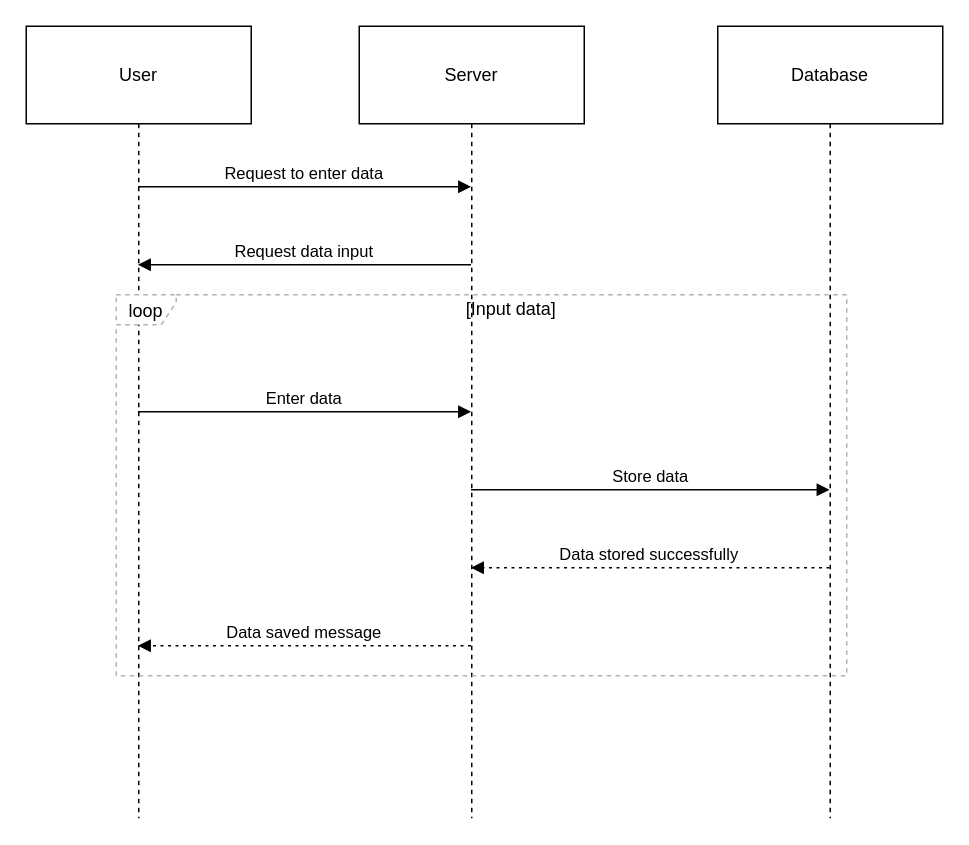
The draw.io diagram Sequencediagram.drawio in Harmonyy1/TDP003, before the edit. Source tidied: cells renumbered, new cells numbered last; positions are measured from the earlier drawing's top-left corner, leaving out a move shared by most shapes. Both pictures are drawn from the tidied source at 150%, with x=0, y=0 at pixel (26, 26).
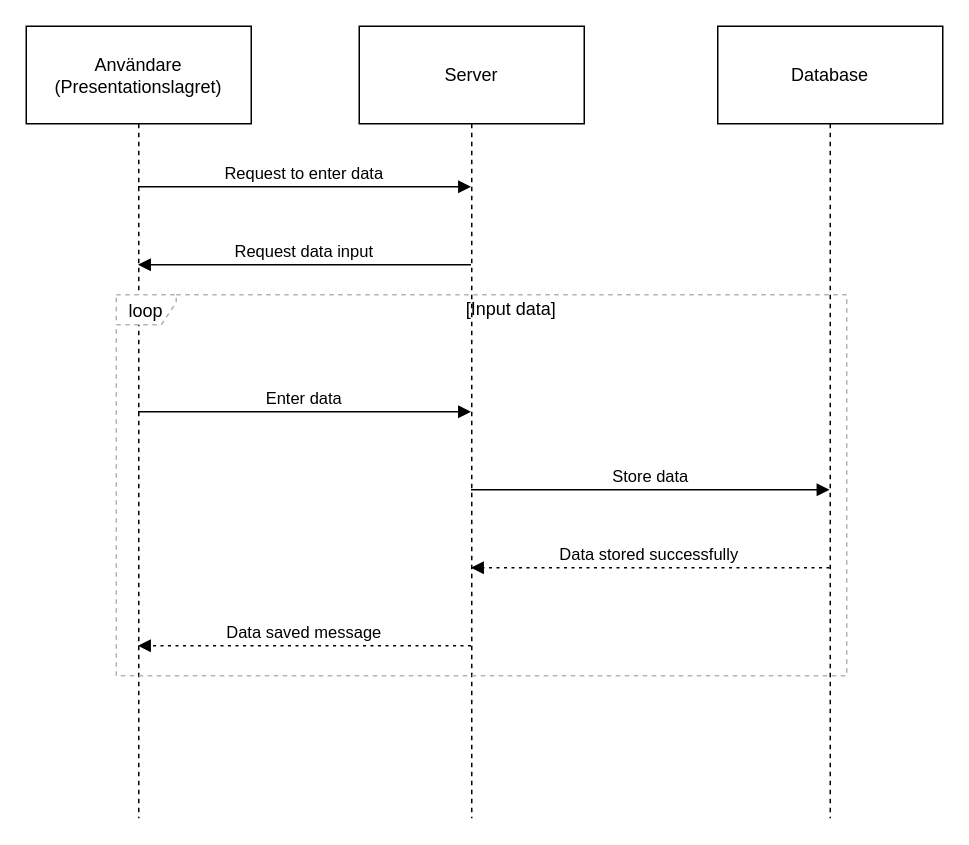
The same page after the edit.

Change to the diagram source:
```diff
@@
-    <mxCell id="2" value="User" style="shape=umlLifeline;perimeter=lifelinePerimeter;whiteSpace=wrap;outlineConnect=0;portConstraint=eastwest;newEdgeStyle={&quot;edgeStyle&quot;:&quot;elbowEdgeStyle&quot;,&quot;elbow&quot;:&quot;vertical&quot;,&quot;curved&quot;:0,&quot;rounded&quot;:0};size=65;" parent="1" vertex="1">
+    <mxCell id="2" value="Användare&#10;(Presentationslagret)" style="shape=umlLifeline;perimeter=lifelinePerimeter;whiteSpace=wrap;outlineConnect=0;portConstraint=eastwest;newEdgeStyle={&quot;edgeStyle&quot;:&quot;elbowEdgeStyle&quot;,&quot;elbow&quot;:&quot;vertical&quot;,&quot;curved&quot;:0,&quot;rounded&quot;:0};size=65;" parent="1" vertex="1">
       <mxGeometry width="150" height="528" as="geometry" />
     </mxCell>
```
